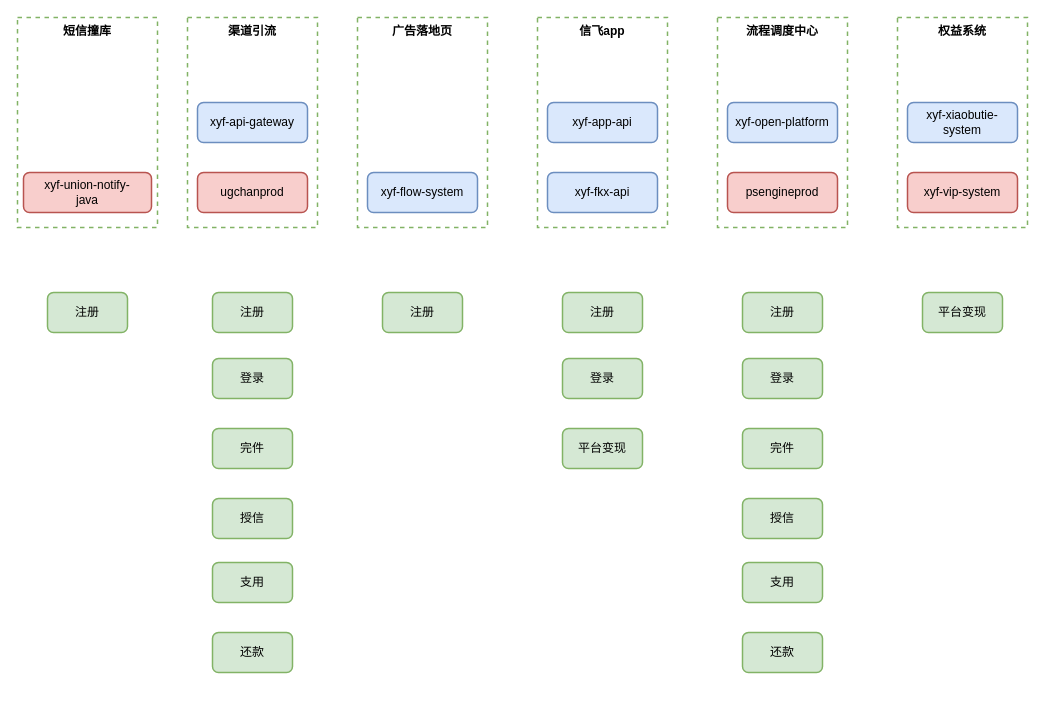
Earlier version of the draw.io diagram 业务指标日志入口.drawio (yuanlj-tea/picgo). Source tidied: cells renumbered, new cells numbered last; positions are measured from the earlier drawing's top-left corner, leaving out a move shared by most shapes. Both pictures are drawn from the tidied source at 100%, with x=0, y=0 at pixel (17, 17).
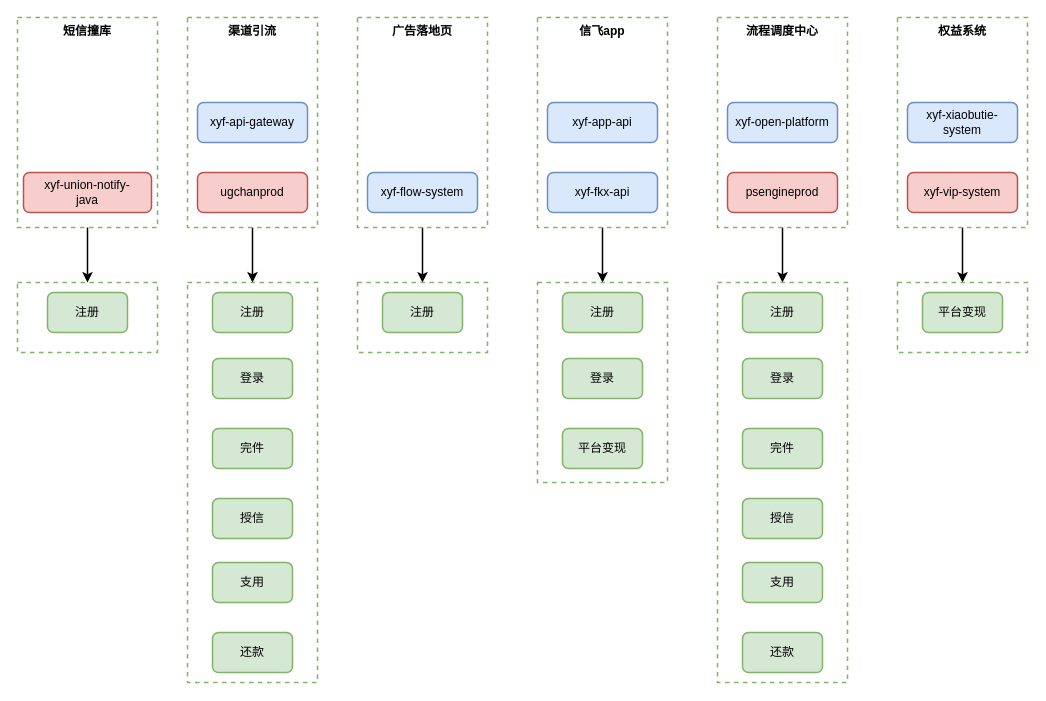
The same diagram, later.

Commit message (it also covers changes not shown here):
更新业务指标日志入口.drawio

The change refers to these unchanged cells:
```xml
<mxCell id="2" value="&lt;b&gt;信飞app&lt;/b&gt;" style="rounded=0;whiteSpace=wrap;html=1;strokeColor=#82b366;strokeWidth=1.5;align=center;verticalAlign=top;fontFamily=Helvetica;fontSize=12;fontColor=default;fillColor=none;dashed=1;" parent="1" vertex="1">
  <mxGeometry x="520" width="130" height="210" as="geometry" />
</mxCell>
<mxCell id="3" value="&lt;b&gt;广告落地页&lt;/b&gt;" style="rounded=0;whiteSpace=wrap;html=1;strokeColor=#82b366;strokeWidth=1.5;align=center;verticalAlign=top;fontFamily=Helvetica;fontSize=12;fontColor=default;fillColor=none;dashed=1;" parent="1" vertex="1">
  <mxGeometry x="340" width="130" height="210" as="geometry" />
</mxCell>
<mxCell id="4" value="&lt;b&gt;渠道引流&lt;/b&gt;" style="rounded=0;whiteSpace=wrap;html=1;strokeColor=#82b366;strokeWidth=1.5;align=center;verticalAlign=top;fontFamily=Helvetica;fontSize=12;fontColor=default;fillColor=none;dashed=1;" parent="1" vertex="1">
  <mxGeometry x="170" width="130" height="210" as="geometry" />
</mxCell>
<mxCell id="5" value="&lt;b&gt;权益系统&lt;/b&gt;" style="rounded=0;whiteSpace=wrap;html=1;strokeColor=#82b366;strokeWidth=1.5;align=center;verticalAlign=top;fontFamily=Helvetica;fontSize=12;fontColor=default;fillColor=none;dashed=1;" parent="1" vertex="1">
  <mxGeometry x="880" width="130" height="210" as="geometry" />
</mxCell>
<mxCell id="6" value="&lt;b&gt;流程调度中心&lt;/b&gt;" style="rounded=0;whiteSpace=wrap;html=1;strokeColor=#82b366;strokeWidth=1.5;align=center;verticalAlign=top;fontFamily=Helvetica;fontSize=12;fontColor=default;fillColor=none;dashed=1;" parent="1" vertex="1">
  <mxGeometry x="700" width="130" height="210" as="geometry" />
</mxCell>
<mxCell id="23" value="&lt;b&gt;短信撞库&lt;/b&gt;" style="rounded=0;whiteSpace=wrap;html=1;strokeColor=#82b366;strokeWidth=1.5;align=center;verticalAlign=top;fontFamily=Helvetica;fontSize=12;fontColor=default;fillColor=none;dashed=1;" parent="1" vertex="1">
  <mxGeometry width="140" height="210" as="geometry" />
</mxCell>
```

What changed in the source:
```diff
@@
+    <mxCell id="36" style="edgeStyle=orthogonalEdgeStyle;shape=connector;rounded=1;jettySize=auto;html=1;labelBackgroundColor=default;strokeColor=default;strokeWidth=1.5;align=center;verticalAlign=middle;fontFamily=Helvetica;fontSize=12;fontColor=default;endArrow=classic;" parent="1" edge="1" source="2" target="45">
+      <mxGeometry relative="1" as="geometry" />
+    </mxCell>
@@
+    <mxCell id="37" style="edgeStyle=orthogonalEdgeStyle;shape=connector;rounded=1;jettySize=auto;html=1;entryX=0.5;entryY=0;entryDx=0;entryDy=0;labelBackgroundColor=default;strokeColor=default;strokeWidth=1.5;align=center;verticalAlign=middle;fontFamily=Helvetica;fontSize=12;fontColor=default;endArrow=classic;" parent="1" edge="1" source="3" target="44">
+      <mxGeometry relative="1" as="geometry" />
+    </mxCell>
@@
+    <mxCell id="38" style="edgeStyle=orthogonalEdgeStyle;shape=connector;rounded=1;jettySize=auto;html=1;entryX=0.5;entryY=0;entryDx=0;entryDy=0;labelBackgroundColor=default;strokeColor=default;strokeWidth=1.5;align=center;verticalAlign=middle;fontFamily=Helvetica;fontSize=12;fontColor=default;endArrow=classic;" parent="1" edge="1" source="4" target="43">
+      <mxGeometry relative="1" as="geometry" />
+    </mxCell>
@@
+    <mxCell id="39" style="edgeStyle=orthogonalEdgeStyle;shape=connector;rounded=1;jettySize=auto;html=1;entryX=0.5;entryY=0;entryDx=0;entryDy=0;labelBackgroundColor=default;strokeColor=default;strokeWidth=1.5;align=center;verticalAlign=middle;fontFamily=Helvetica;fontSize=12;fontColor=default;endArrow=classic;" parent="1" edge="1" source="5" target="47">
+      <mxGeometry relative="1" as="geometry" />
+    </mxCell>
@@
+    <mxCell id="40" style="edgeStyle=orthogonalEdgeStyle;shape=connector;rounded=1;jettySize=auto;html=1;entryX=0.5;entryY=0;entryDx=0;entryDy=0;labelBackgroundColor=default;strokeColor=default;strokeWidth=1.5;align=center;verticalAlign=middle;fontFamily=Helvetica;fontSize=12;fontColor=default;endArrow=classic;" parent="1" edge="1" source="6" target="46">
+      <mxGeometry relative="1" as="geometry" />
+    </mxCell>
@@
+    <mxCell id="41" style="edgeStyle=orthogonalEdgeStyle;shape=connector;rounded=1;jettySize=auto;html=1;labelBackgroundColor=default;strokeColor=default;strokeWidth=1.5;align=center;verticalAlign=middle;fontFamily=Helvetica;fontSize=12;fontColor=default;endArrow=classic;" parent="1" edge="1" source="23" target="42">
+      <mxGeometry relative="1" as="geometry" />
+    </mxCell>
@@
+    <mxCell id="42" style="rounded=0;whiteSpace=wrap;html=1;strokeColor=#82b366;strokeWidth=1.5;align=center;verticalAlign=top;fontFamily=Helvetica;fontSize=12;fontColor=default;fillColor=none;dashed=1;" parent="1" vertex="1">
+      <mxGeometry y="265" width="140" height="70" as="geometry" />
+    </mxCell>
+    <mxCell id="43" style="rounded=0;whiteSpace=wrap;html=1;strokeColor=#82b366;strokeWidth=1.5;align=center;verticalAlign=top;fontFamily=Helvetica;fontSize=12;fontColor=default;fillColor=none;dashed=1;" parent="1" vertex="1">
+      <mxGeometry x="170" y="265" width="130" height="400" as="geometry" />
+    </mxCell>
+    <mxCell id="44" style="rounded=0;whiteSpace=wrap;html=1;strokeColor=#82b366;strokeWidth=1.5;align=center;verticalAlign=top;fontFamily=Helvetica;fontSize=12;fontColor=default;fillColor=none;dashed=1;" parent="1" vertex="1">
+      <mxGeometry x="340" y="265" width="130" height="70" as="geometry" />
+    </mxCell>
+    <mxCell id="45" style="rounded=0;whiteSpace=wrap;html=1;strokeColor=#82b366;strokeWidth=1.5;align=center;verticalAlign=top;fontFamily=Helvetica;fontSize=12;fontColor=default;fillColor=none;dashed=1;" parent="1" vertex="1">
+      <mxGeometry x="520" y="265" width="130" height="200" as="geometry" />
+    </mxCell>
+    <mxCell id="46" style="rounded=0;whiteSpace=wrap;html=1;strokeColor=#82b366;strokeWidth=1.5;align=center;verticalAlign=top;fontFamily=Helvetica;fontSize=12;fontColor=default;fillColor=none;dashed=1;" parent="1" vertex="1">
+      <mxGeometry x="700" y="265" width="130" height="400" as="geometry" />
+    </mxCell>
+    <mxCell id="47" style="rounded=0;whiteSpace=wrap;html=1;strokeColor=#82b366;strokeWidth=1.5;align=center;verticalAlign=top;fontFamily=Helvetica;fontSize=12;fontColor=default;fillColor=none;dashed=1;" parent="1" vertex="1">
+      <mxGeometry x="880" y="265" width="130" height="70" as="geometry" />
+    </mxCell>
```
